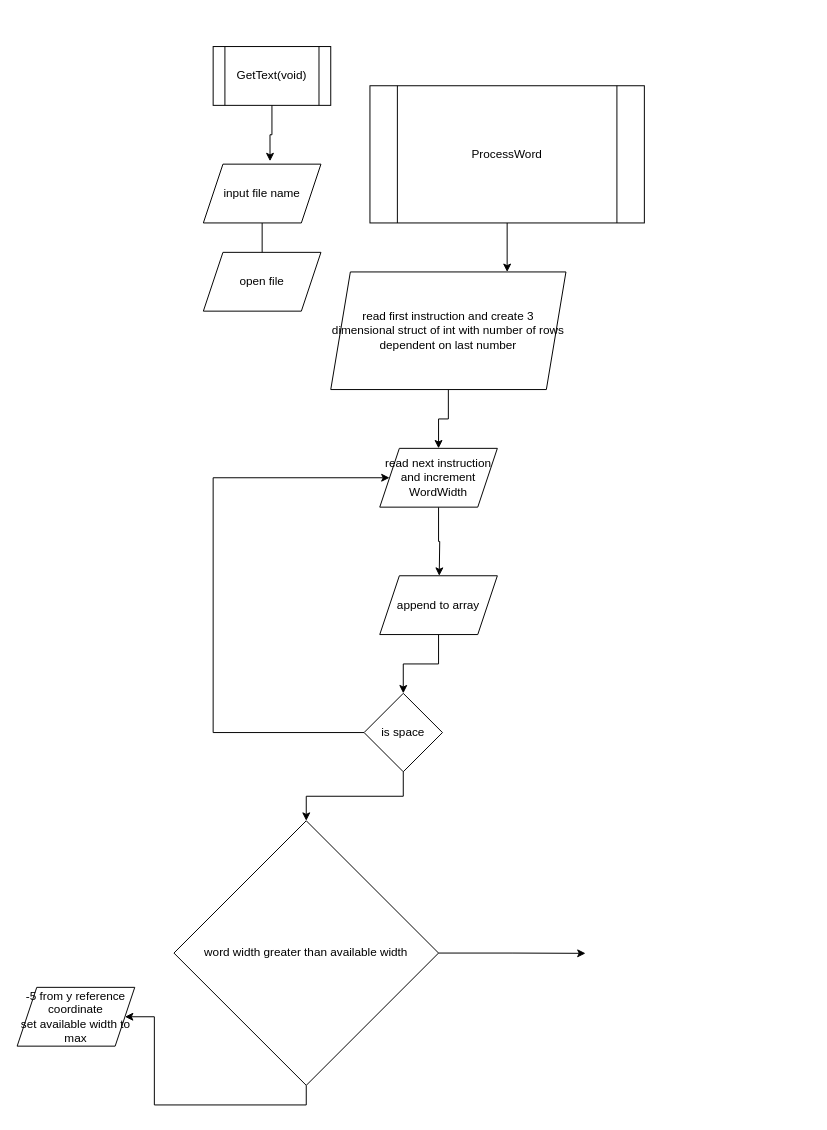
hanifadelekan/TextRobotPlanning keeps this draw.io diagram as page "Page-2" (2 of 2) of TextRobotFlowchart.drawio. Above is the earlier version. Source tidied: cells renumbered, new cells numbered last; positions are measured from the earlier drawing's top-left corner, leaving out a move shared by most shapes. Both pictures are drawn from the tidied source at 98%, with x=0, y=0 at pixel (17, 46).
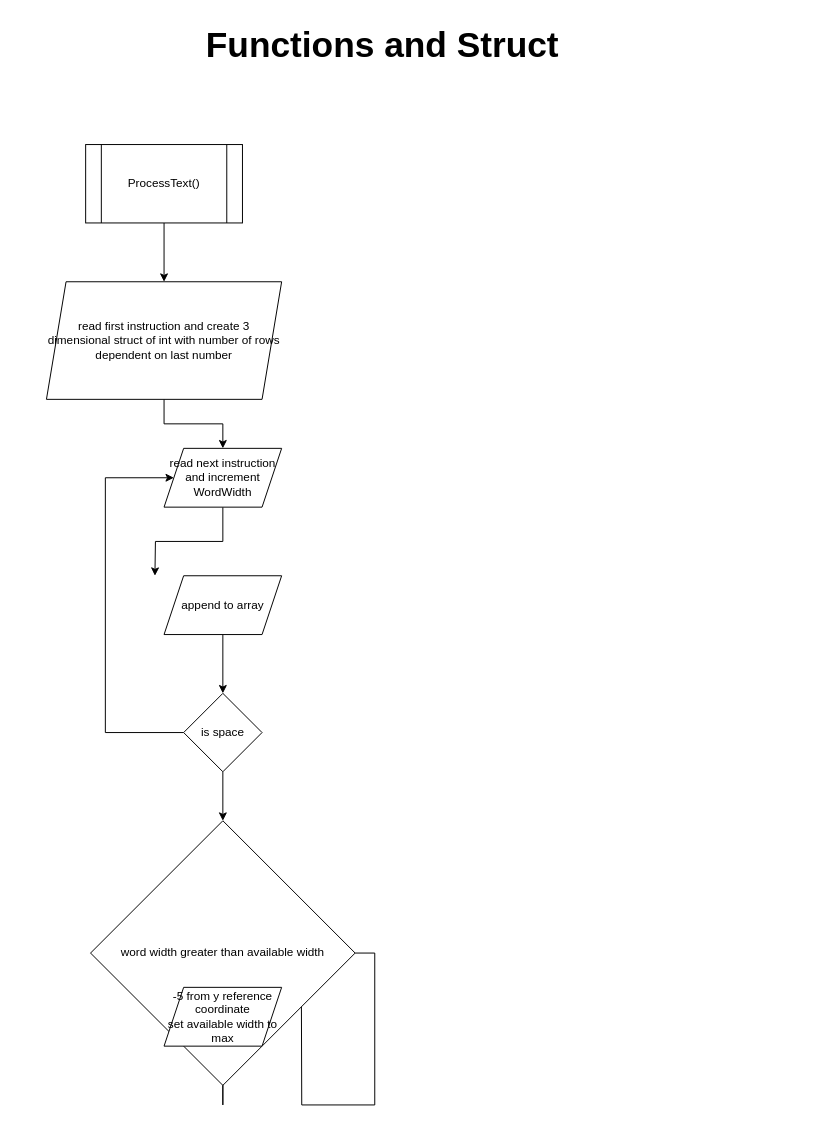
After the change.

What changed in the source:
```diff
@@
-    <mxCell id="2" value="GetText(void)" style="shape=process;whiteSpace=wrap;html=1;backgroundOutline=1;" parent="1" vertex="1">
-      <mxGeometry x="200" width="120" height="60" as="geometry" />
-    </mxCell>
-    <mxCell id="3" style="edgeStyle=orthogonalEdgeStyle;rounded=0;jettySize=auto;html=1;exitX=0.5;exitY=1;exitDx=0;exitDy=0;" parent="1" edge="1" source="4">
-      <mxGeometry relative="1" as="geometry">
-        <mxPoint x="250" y="270" as="targetPoint" />
-      </mxGeometry>
-    </mxCell>
-    <mxCell id="4" value="input file name" style="shape=parallelogram;perimeter=parallelogramPerimeter;whiteSpace=wrap;html=1;fixedSize=1;" parent="1" vertex="1">
-      <mxGeometry x="190" y="120" width="120" height="60" as="geometry" />
-    </mxCell>
-    <mxCell id="5" style="edgeStyle=orthogonalEdgeStyle;rounded=0;jettySize=auto;html=1;exitX=0.5;exitY=1;exitDx=0;exitDy=0;entryX=0.567;entryY=-0.05;entryDx=0;entryDy=0;entryPerimeter=0;" parent="1" edge="1" source="2" target="4">
-      <mxGeometry relative="1" as="geometry" />
-    </mxCell>
     <mxCell id="6" style="edgeStyle=orthogonalEdgeStyle;rounded=0;orthogonalLoop=1;jettySize=auto;html=1;exitX=0.5;exitY=1;exitDx=0;exitDy=0;entryX=0.5;entryY=0;entryDx=0;entryDy=0;" parent="1" edge="1">
       <mxGeometry relative="1" as="geometry">
-        <mxPoint x="500" y="170" as="sourcePoint" />
-        <mxPoint x="500" y="230" as="targetPoint" />
+        <mxPoint x="149.9" y="180" as="sourcePoint" />
+        <mxPoint x="149.9" y="240" as="targetPoint" />
       </mxGeometry>
     </mxCell>
-    <mxCell id="7" value="open file" style="shape=parallelogram;perimeter=parallelogramPerimeter;whiteSpace=wrap;html=1;fixedSize=1;" parent="1" vertex="1">
-      <mxGeometry x="190" y="210" width="120" height="60" as="geometry" />
-    </mxCell>
-    <mxCell id="8" value="ProcessWord" style="shape=process;whiteSpace=wrap;html=1;backgroundOutline=1;" parent="1" vertex="1">
-      <mxGeometry x="360" y="40" width="280" height="140" as="geometry" />
+    <mxCell id="8" value="ProcessText()" style="shape=process;whiteSpace=wrap;html=1;backgroundOutline=1;" parent="1" vertex="1">
+      <mxGeometry x="69.9" y="100" width="160" height="80" as="geometry" />
     </mxCell>
@@
     <mxCell id="10" value="read first instruction and create 3 dimensional struct of int with number of rows dependent on last number" style="shape=parallelogram;perimeter=parallelogramPerimeter;whiteSpace=wrap;html=1;fixedSize=1;" parent="1" vertex="1">
-      <mxGeometry x="320" y="230" width="240" height="120" as="geometry" />
+      <mxGeometry x="29.9" y="240" width="240" height="120" as="geometry" />
     </mxCell>
     <mxCell id="11" style="edgeStyle=orthogonalEdgeStyle;rounded=0;jettySize=auto;html=1;exitX=0.5;exitY=1;exitDx=0;exitDy=0;" parent="1" edge="1" source="12">
       <mxGeometry relative="1" as="geometry">
-        <mxPoint x="430.7" y="540" as="targetPoint" />
+        <mxPoint x="140.6" y="540" as="targetPoint" />
       </mxGeometry>
     </mxCell>
     <mxCell id="12" value="read next instruction and increment WordWidth" style="shape=parallelogram;perimeter=parallelogramPerimeter;whiteSpace=wrap;html=1;fixedSize=1;" parent="1" vertex="1">
-      <mxGeometry x="370" y="410" width="120" height="60" as="geometry" />
+      <mxGeometry x="149.9" y="410" width="120" height="60" as="geometry" />
     </mxCell>
     <mxCell id="13" style="edgeStyle=orthogonalEdgeStyle;rounded=0;jettySize=auto;html=1;exitX=0;exitY=0.5;exitDx=0;exitDy=0;entryX=0;entryY=0.5;entryDx=0;entryDy=0;" parent="1" edge="1" source="15" target="12">
       <mxGeometry relative="1" as="geometry">
         <Array as="points">
-          <mxPoint x="200" y="700" />
-          <mxPoint x="200" y="440" />
+          <mxPoint x="90" y="700" />
+          <mxPoint x="90" y="440" />
         </Array>
       </mxGeometry>
     </mxCell>
@@
     <mxCell id="15" value="is space" style="rhombus;whiteSpace=wrap;html=1;" parent="1" vertex="1">
-      <mxGeometry x="354" y="660" width="80" height="80" as="geometry" />
+      <mxGeometry x="169.9" y="660" width="80" height="80" as="geometry" />
     </mxCell>
@@
     <mxCell id="17" value="append to array" style="shape=parallelogram;perimeter=parallelogramPerimeter;whiteSpace=wrap;html=1;fixedSize=1;" parent="1" vertex="1">
-      <mxGeometry x="370" y="540" width="120" height="60" as="geometry" />
+      <mxGeometry x="149.9" y="540" width="120" height="60" as="geometry" />
     </mxCell>
     <mxCell id="18" style="edgeStyle=orthogonalEdgeStyle;rounded=0;jettySize=auto;html=1;exitX=1;exitY=0.5;exitDx=0;exitDy=0;" parent="1" edge="1" source="20">
       <mxGeometry relative="1" as="geometry">
-        <mxPoint x="580" y="925.3" as="targetPoint" />
+        <mxPoint x="289.9" y="925.3" as="targetPoint" />
       </mxGeometry>
     </mxCell>
@@
     <mxCell id="20" value="word width greater than available width" style="rhombus;whiteSpace=wrap;html=1;" parent="1" vertex="1">
-      <mxGeometry x="160" y="790" width="270" height="270" as="geometry" />
+      <mxGeometry x="74.9" y="790" width="270" height="270" as="geometry" />
     </mxCell>
     <mxCell id="21" value="-5 from y reference coordinate&lt;div&gt;set available width to max&lt;/div&gt;" style="shape=parallelogram;perimeter=parallelogramPerimeter;whiteSpace=wrap;html=1;fixedSize=1;" parent="1" vertex="1">
-      <mxGeometry y="960" width="120" height="60" as="geometry" />
+      <mxGeometry x="149.9" y="960" width="120" height="60" as="geometry" />
     </mxCell>
+    <mxCell id="22" value="&lt;h1 style=&quot;margin-top: 0px;&quot;&gt;Functions and Struct&lt;/h1&gt;" style="text;html=1;whiteSpace=wrap;overflow=hidden;rounded=0;fontSize=18;" parent="1" vertex="1">
+      <mxGeometry x="191.2" y="-30" width="617.6" height="110" as="geometry" />
+    </mxCell>
```
